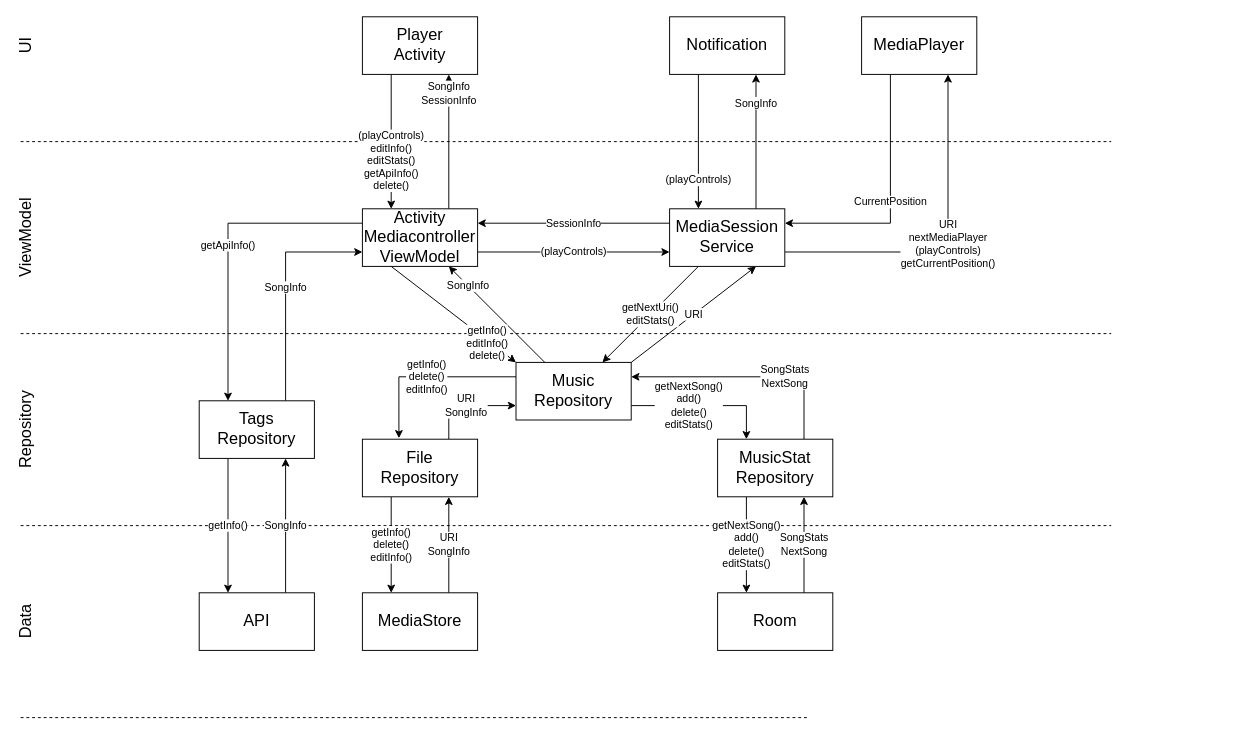
Earlier version of the draw.io diagram Scheme.drawio (ramanhmr/AudioPlayer). Source tidied: cells renumbered, new cells numbered last; positions are measured from the earlier drawing's top-left corner, leaving out a move shared by most shapes. Both pictures are drawn from the tidied source at 96%, with x=0, y=0 at pixel (7, 16).
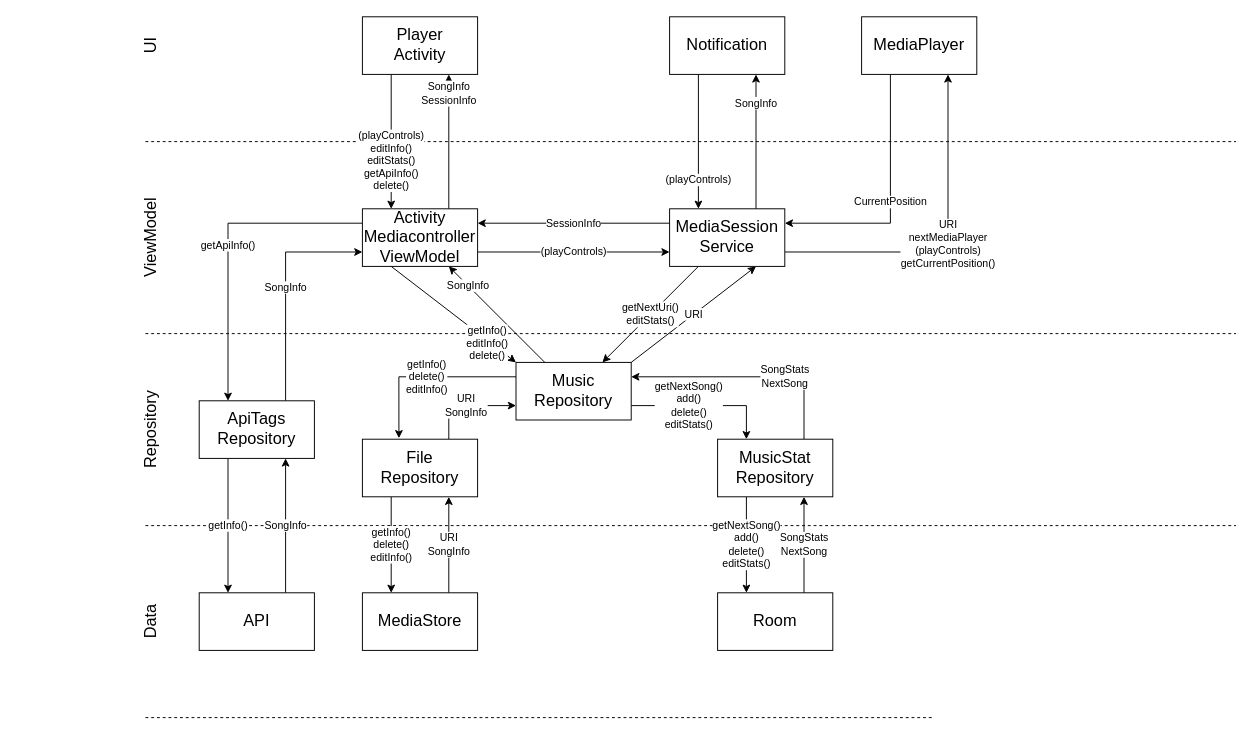
After the change.

Diff of the diagram source:
```diff
@@
     <mxCell id="2" style="endArrow=none;dashed=1;html=1;" parent="1" edge="1">
       <mxGeometry relative="1" as="geometry">
-        <mxPoint x="14" y="130" as="sourcePoint" />
-        <mxPoint x="1150" y="130" as="targetPoint" />
+        <mxPoint x="144" y="130" as="sourcePoint" />
+        <mxPoint x="1280" y="130" as="targetPoint" />
       </mxGeometry>
     </mxCell>
     <mxCell id="3" style="endArrow=none;dashed=1;html=1;" parent="1" edge="1">
       <mxGeometry relative="1" as="geometry">
-        <mxPoint x="14" y="330" as="sourcePoint" />
-        <mxPoint x="1150" y="330" as="targetPoint" />
+        <mxPoint x="144" y="330" as="sourcePoint" />
+        <mxPoint x="1280" y="330" as="targetPoint" />
       </mxGeometry>
     </mxCell>
     <mxCell id="4" style="endArrow=none;dashed=1;html=1;" parent="1" edge="1">
       <mxGeometry relative="1" as="geometry">
-        <mxPoint x="14" y="530" as="sourcePoint" />
-        <mxPoint x="1150" y="530" as="targetPoint" />
+        <mxPoint x="144" y="530" as="sourcePoint" />
+        <mxPoint x="1280" y="530" as="targetPoint" />
       </mxGeometry>
     </mxCell>
     <mxCell id="5" value="UI" style="text;html=1;strokeColor=none;fillColor=none;align=center;verticalAlign=middle;whiteSpace=wrap;rounded=0;rotation=-90;fontSize=17;" parent="1" vertex="1">
-      <mxGeometry y="20" width="40" height="20" as="geometry" />
+      <mxGeometry x="130" y="20" width="40" height="20" as="geometry" />
     </mxCell>
     <mxCell id="6" value="&lt;div&gt;ViewModel&lt;/div&gt;" style="text;html=1;strokeColor=none;fillColor=none;align=center;verticalAlign=middle;whiteSpace=wrap;rounded=0;rotation=-90;fontSize=17;" parent="1" vertex="1">
-      <mxGeometry y="220" width="40" height="20" as="geometry" />
+      <mxGeometry x="130" y="220" width="40" height="20" as="geometry" />
     </mxCell>
     <mxCell id="7" value="&lt;div&gt;Repository&lt;/div&gt;" style="text;html=1;strokeColor=none;fillColor=none;align=center;verticalAlign=middle;whiteSpace=wrap;rounded=0;rotation=-90;fontSize=17;" parent="1" vertex="1">
-      <mxGeometry y="420" width="40" height="20" as="geometry" />
+      <mxGeometry x="130" y="420" width="40" height="20" as="geometry" />
     </mxCell>
     <mxCell id="8" value="&lt;div&gt;Data&lt;/div&gt;" style="text;html=1;strokeColor=none;fillColor=none;align=center;verticalAlign=middle;whiteSpace=wrap;rounded=0;rotation=-90;fontSize=17;" parent="1" vertex="1">
-      <mxGeometry y="620" width="40" height="20" as="geometry" />
+      <mxGeometry x="130" y="620" width="40" height="20" as="geometry" />
     </mxCell>
     <mxCell id="9" style="endArrow=none;dashed=1;html=1;" parent="1" edge="1">
       <mxGeometry relative="1" as="geometry">
-        <mxPoint x="14" y="730" as="sourcePoint" />
-        <mxPoint x="834" y="730" as="targetPoint" />
+        <mxPoint x="144" y="730" as="sourcePoint" />
+        <mxPoint x="964" y="730" as="targetPoint" />
       </mxGeometry>
     </mxCell>
@@
-    <mxCell id="45" value="Tags&lt;br&gt;Repository" style="rounded=0;whiteSpace=wrap;html=1;fontSize=17;" parent="1" vertex="1">
+    <mxCell id="45" value="ApiTags&lt;br&gt;Repository" style="rounded=0;whiteSpace=wrap;html=1;fontSize=17;" parent="1" vertex="1">
       <mxGeometry x="200" y="400" width="120" height="60" as="geometry" />
     </mxCell>
```
